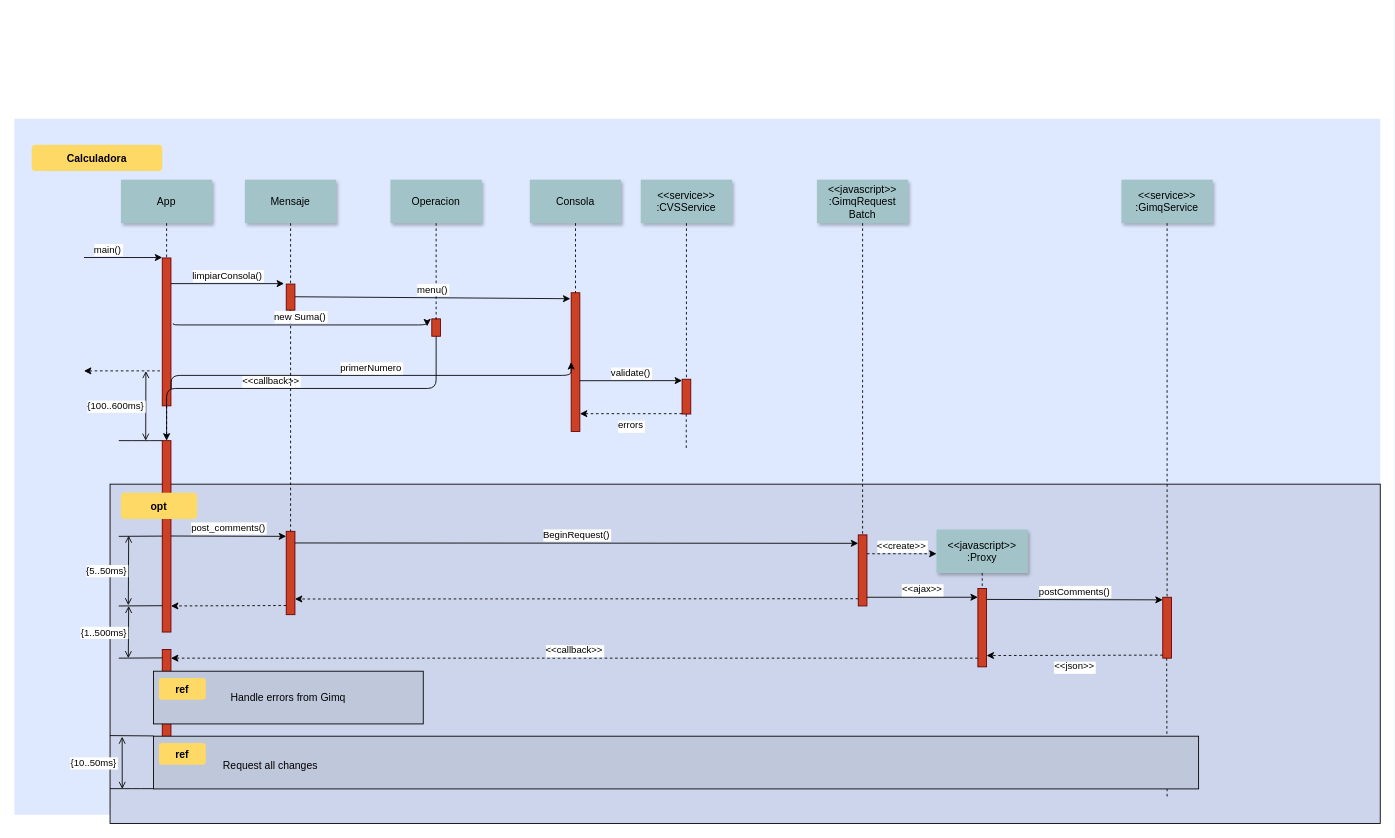
kalebgit/Uml-modelado keeps this draw.io diagram as diagrama-secuencias-calculadora.drawio. Above is the earlier version. Source tidied: cells renumbered, new cells numbered last; positions are measured from the earlier drawing's top-left corner, leaving out a move shared by most shapes. Both pictures are drawn from the tidied source at 87%, with x=0, y=0 at pixel (14, 118).
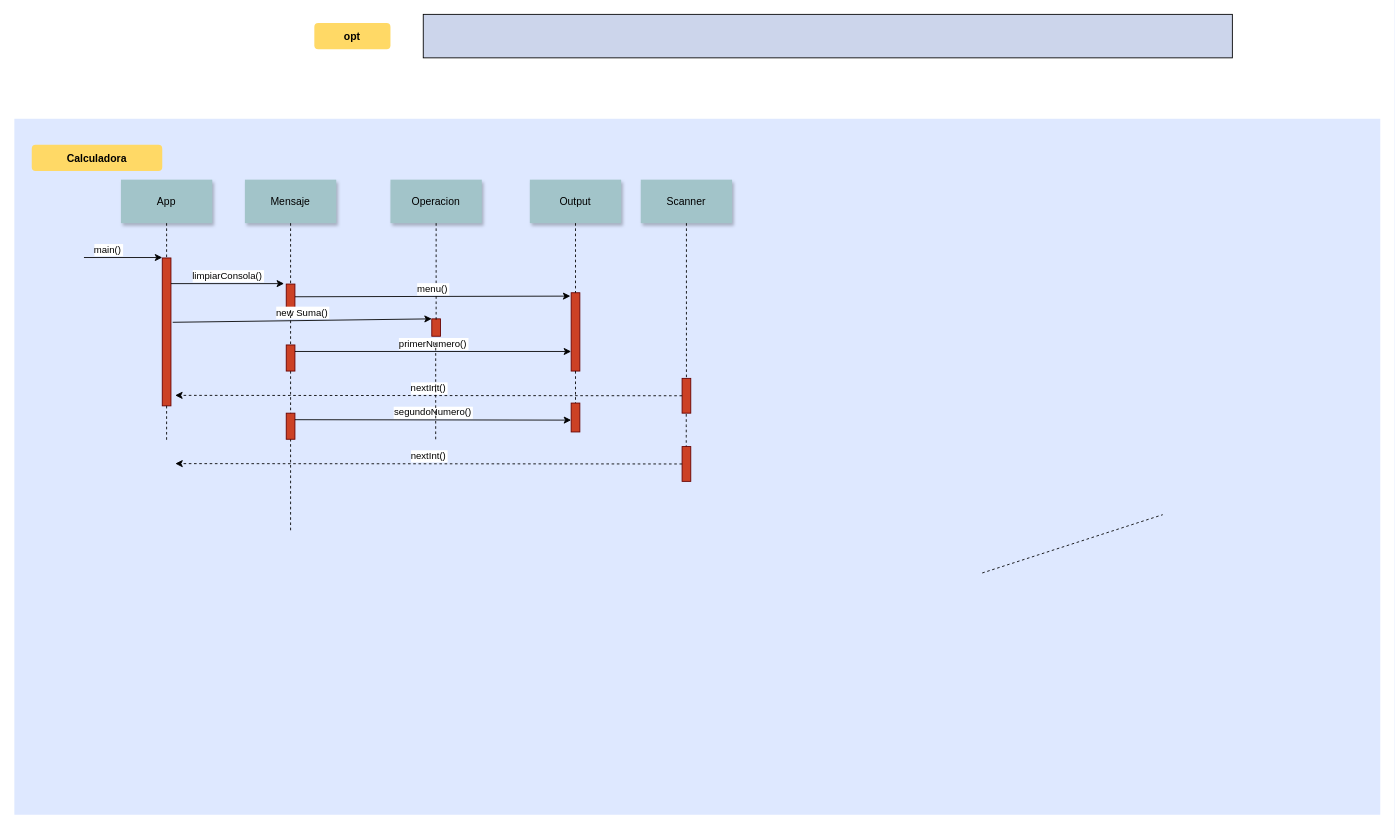
The same page after the edit.

The change refers to these unchanged cells:
```xml
<mxCell id="5" style="fillColor=#CC4125;strokeColor=#660000;" parent="1" vertex="1">
  <mxGeometry x="170" y="160" width="10" height="170" as="geometry" />
</mxCell>
<mxCell id="8" style="fillColor=#CC4125;strokeColor=#660000;" parent="1" vertex="1">
  <mxGeometry x="312.5" y="190" width="10" height="30" as="geometry" />
</mxCell>
<mxCell id="13" value="Operacion" style="shadow=1;fillColor=#A2C4C9;strokeColor=none;" parent="1" vertex="1">
  <mxGeometry x="432.3" y="70" width="105" height="50" as="geometry" />
</mxCell>
<mxCell id="14" style="fillColor=#CC4125;strokeColor=#660000;" parent="1" vertex="1">
  <mxGeometry x="479.8" y="230" width="10" height="20" as="geometry" />
</mxCell>
```

What changed in the source:
```diff
@@
-    <mxCell id="3" style="fillColor=#CCD5EB;" parent="1" vertex="1">
-      <mxGeometry x="110" y="420" width="1460" height="390" as="geometry" />
-    </mxCell>
-    <mxCell id="4" style="edgeStyle=elbowEdgeStyle;elbow=horizontal;endArrow=none;dashed=1;" parent="1" edge="1">
-      <mxGeometry x="1460" y="437.9" as="geometry">
-        <mxPoint x="1324.5" y="620" as="sourcePoint" />
-        <mxPoint x="1324.5" y="780" as="targetPoint" />
-      </mxGeometry>
-    </mxCell>
@@
-    <mxCell id="12" style="edgeStyle=none;verticalLabelPosition=top;verticalAlign=bottom;labelPosition=left;align=right;endArrow=none;startArrow=classic;dashed=1;" parent="1" edge="1">
-      <mxGeometry x="110" y="179.8" as="geometry">
-        <mxPoint x="80" y="289.8" as="sourcePoint" />
-        <mxPoint x="170" y="289.8" as="targetPoint" />
-      </mxGeometry>
-    </mxCell>
@@
     <mxCell id="15" style="fillColor=#CC4125;strokeColor=#660000;" parent="1" vertex="1">
-      <mxGeometry x="640" y="200" width="10" height="159.4" as="geometry" />
+      <mxGeometry x="640" y="200" width="10" height="90" as="geometry" />
     </mxCell>
-    <mxCell id="16" value="Consola" style="shadow=1;fillColor=#A2C4C9;strokeColor=none;" parent="1" vertex="1">
+    <mxCell id="16" value="Output" style="shadow=1;fillColor=#A2C4C9;strokeColor=none;" parent="1" vertex="1">
       <mxGeometry x="592.5" y="70" width="105" height="50" as="geometry" />
     </mxCell>
@@
-    <mxCell id="18" value="&lt;&lt;service&gt;&gt;&#10;:CVSService" style="shadow=1;fillColor=#A2C4C9;strokeColor=none;" parent="1" vertex="1">
+    <mxCell id="18" value="Scanner" style="shadow=1;fillColor=#A2C4C9;strokeColor=none;" parent="1" vertex="1">
       <mxGeometry x="720" y="70" width="105" height="50" as="geometry" />
     </mxCell>
@@
     <mxCell id="20" style="fillColor=#CC4125;strokeColor=#660000;" parent="1" vertex="1">
-      <mxGeometry x="767.5" y="299.4" width="10" height="40" as="geometry" />
+      <mxGeometry x="767.5" y="298.4" width="10" height="40" as="geometry" />
     </mxCell>
-    <mxCell id="21" value="&lt;&lt;javascript&gt;&gt;&#10;:GimqRequest&#10;Batch" style="shadow=1;fillColor=#A2C4C9;strokeColor=none;" parent="1" vertex="1">
-      <mxGeometry x="922.5" y="70" width="105" height="50" as="geometry" />
-    </mxCell>
@@
-    <mxCell id="23" value="validate()" style="edgeStyle=elbowEdgeStyle;elbow=vertical;verticalLabelPosition=top;verticalAlign=bottom;" parent="1" edge="1">
-      <mxGeometry x="550" y="261.7" as="geometry">
-        <mxPoint x="650" y="301.1" as="sourcePoint" />
-        <mxPoint x="767.5" y="301.1" as="targetPoint" />
-      </mxGeometry>
-    </mxCell>
-    <mxCell id="24" value="errors" style="edgeStyle=elbowEdgeStyle;elbow=vertical;dashed=1;verticalLabelPosition=bottom;verticalAlign=top;" parent="1" edge="1">
-      <mxGeometry x="560" y="309.7" as="geometry">
-        <mxPoint x="767.5" y="339" as="sourcePoint" />
-        <mxPoint x="650" y="339" as="targetPoint" />
-      </mxGeometry>
-    </mxCell>
@@
-    <mxCell id="26" style="fillColor=#CC4125;strokeColor=#660000;" parent="1" vertex="1">
-      <mxGeometry x="170" y="370" width="10" height="220" as="geometry" />
-    </mxCell>
-    <mxCell id="27" value="             &lt;&lt;callback&gt;&gt;                                " style="edgeStyle=elbowEdgeStyle;elbow=vertical;dashed=0;verticalLabelPosition=top;verticalAlign=bottom;align=right;" parent="1" edge="1" source="14" target="26">
-      <mxGeometry x="190" y="329.8" as="geometry" />
-    </mxCell>
-    <mxCell id="28" style="edgeStyle=none;dashed=1;endArrow=none;" parent="1" edge="1" source="5" target="26">
-      <mxGeometry x="50" y="300" as="geometry" />
+    <mxCell id="28" style="edgeStyle=none;dashed=1;endArrow=none;" parent="1" edge="1" source="5">
+      <mxGeometry x="50" y="300" as="geometry">
+        <mxPoint x="175" y="370" as="targetPoint" />
+      </mxGeometry>
     </mxCell>
-    <mxCell id="29" style="edgeStyle=elbowEdgeStyle;elbow=vertical;endArrow=none;" parent="1" edge="1" source="26">
-      <mxGeometry x="60" y="310" as="geometry">
-        <mxPoint x="120" y="370" as="targetPoint" />
-      </mxGeometry>
-    </mxCell>
-    <mxCell id="30" value="{100..600ms}" style="edgeStyle=elbowEdgeStyle;elbow=horizontal;startArrow=open;endArrow=open;labelPosition=left;align=right;" parent="1" edge="1">
-      <mxGeometry x="61.2" y="290" as="geometry">
-        <mxPoint x="151.2" y="290" as="sourcePoint" />
-        <mxPoint x="151.2" y="370" as="targetPoint" />
-      </mxGeometry>
-    </mxCell>
-    <mxCell id="31" style="fillColor=#CC4125;strokeColor=#660000;" parent="1" vertex="1">
-      <mxGeometry x="312.5" y="474.2" width="10" height="95.8" as="geometry" />
-    </mxCell>
-    <mxCell id="32" style="fillColor=#CC4125;strokeColor=#660000;" parent="1" vertex="1">
-      <mxGeometry x="970" y="478.3" width="10" height="81.7" as="geometry" />
-    </mxCell>
-    <mxCell id="33" style="edgeStyle=none;endArrow=none;dashed=1;" parent="1" edge="1" source="21" target="32">
-      <mxGeometry x="956.6" y="205" as="geometry" />
-    </mxCell>
-    <mxCell id="34" value="post_comments()" style="edgeStyle=elbowEdgeStyle;elbow=vertical;verticalLabelPosition=top;verticalAlign=bottom;" parent="1" edge="1">
-      <mxGeometry x="212.5" y="469.6" as="geometry">
-        <mxPoint x="180" y="479.6" as="sourcePoint" />
-        <mxPoint x="312.5" y="479.6" as="targetPoint" />
-      </mxGeometry>
-    </mxCell>
-    <mxCell id="35" style="edgeStyle=none;endArrow=none;dashed=1;" parent="1" edge="1" source="8" target="31">
-      <mxGeometry x="376.6" y="339.7" as="geometry" />
+    <mxCell id="35" style="edgeStyle=none;endArrow=none;dashed=1;" parent="1" edge="1" source="72">
+      <mxGeometry x="376.6" y="339.7" as="geometry">
+        <mxPoint x="317.5" y="474.2" as="targetPoint" />
+      </mxGeometry>
     </mxCell>
-    <mxCell id="36" value="BeginRequest()" style="edgeStyle=elbowEdgeStyle;elbow=vertical;verticalLabelPosition=top;verticalAlign=bottom;" parent="1" edge="1">
-      <mxGeometry x="530" y="436.8" as="geometry">
-        <mxPoint x="322.5" y="487.6" as="sourcePoint" />
-        <mxPoint x="970" y="487.6" as="targetPoint" />
-      </mxGeometry>
-    </mxCell>
-    <mxCell id="37" style="edgeStyle=elbowEdgeStyle;elbow=vertical;dashed=1;verticalLabelPosition=bottom;verticalAlign=top;" parent="1" edge="1">
-      <mxGeometry x="530" y="549.1" as="geometry">
-        <mxPoint x="970" y="551.7" as="sourcePoint" />
-        <mxPoint x="322.5" y="551.7" as="targetPoint" />
-      </mxGeometry>
-    </mxCell>
-    <mxCell id="38" value="&lt;&lt;javascript&gt;&gt;&#10;:Proxy" style="shadow=1;fillColor=#A2C4C9;strokeColor=none;" parent="1" vertex="1">
-      <mxGeometry x="1060" y="472.1" width="105" height="50" as="geometry" />
-    </mxCell>
-    <mxCell id="39" style="edgeStyle=none;endArrow=none;dashed=1;" parent="1" edge="1" source="38" target="40">
-      <mxGeometry x="1204.1" y="380.1" as="geometry" />
+    <mxCell id="39" style="edgeStyle=none;endArrow=none;dashed=1;" parent="1" edge="1">
+      <mxGeometry x="1204.1" y="380.1" as="geometry">
+        <mxPoint x="1112.5" y="522.1" as="sourcePoint" />
+        <mxPoint x="1320" y="455.1" as="targetPoint" />
+      </mxGeometry>
     </mxCell>
-    <mxCell id="40" style="fillColor=#CC4125;strokeColor=#660000;" parent="1" vertex="1">
-      <mxGeometry x="1107.5" y="540" width="10" height="90" as="geometry" />
-    </mxCell>
-    <mxCell id="41" style="fillColor=#CC4125;strokeColor=#660000;" parent="1" vertex="1">
-      <mxGeometry x="1320" y="550" width="10" height="70" as="geometry" />
-    </mxCell>
-    <mxCell id="42" value="&lt;&lt;create&gt;&gt;" style="edgeStyle=elbowEdgeStyle;elbow=vertical;verticalLabelPosition=top;verticalAlign=bottom;dashed=1;" parent="1" edge="1" source="32" target="38">
-      <mxGeometry x="901.2" y="322.5" as="geometry" />
-    </mxCell>
-    <mxCell id="43" value="&lt;&lt;ajax&gt;&gt;" style="edgeStyle=elbowEdgeStyle;elbow=vertical;verticalLabelPosition=top;verticalAlign=bottom;" parent="1" edge="1" source="32" target="40">
-      <mxGeometry x="1065" y="359.5" as="geometry" />
-    </mxCell>
-    <mxCell id="44" value="postComments()" style="edgeStyle=elbowEdgeStyle;elbow=vertical;verticalLabelPosition=top;verticalAlign=bottom;" parent="1" edge="1">
-      <mxGeometry x="1225" y="309.5" as="geometry">
-        <mxPoint x="1117.5" y="552.5" as="sourcePoint" />
-        <mxPoint x="1320" y="552.5" as="targetPoint" />
-      </mxGeometry>
-    </mxCell>
-    <mxCell id="45" value="&lt;&lt;json&gt;&gt;" style="edgeStyle=elbowEdgeStyle;elbow=vertical;dashed=1;verticalLabelPosition=bottom;verticalAlign=top;" parent="1" edge="1">
-      <mxGeometry x="1075" y="396" as="geometry">
-        <mxPoint x="1320" y="616.5" as="sourcePoint" />
-        <mxPoint x="1117.5" y="616.5" as="targetPoint" />
-      </mxGeometry>
-    </mxCell>
-    <mxCell id="46" value="&lt;&lt;service&gt;&gt;&#10;:GimqService" style="shadow=1;fillColor=#A2C4C9;strokeColor=none;" parent="1" vertex="1">
-      <mxGeometry x="1272.5" y="70" width="105" height="50" as="geometry" />
-    </mxCell>
-    <mxCell id="47" style="edgeStyle=none;endArrow=none;dashed=1;" parent="1" edge="1" source="46" target="41">
-      <mxGeometry x="1174.1" y="210" as="geometry" />
-    </mxCell>
-    <mxCell id="48" style="fillColor=#CC4125;strokeColor=#660000;" parent="1" vertex="1">
-      <mxGeometry x="170" y="610" width="10" height="130" as="geometry" />
-    </mxCell>
-    <mxCell id="49" style="edgeStyle=elbowEdgeStyle;elbow=vertical;dashed=1;verticalLabelPosition=bottom;verticalAlign=top;" parent="1" edge="1">
-      <mxGeometry x="507.5" y="664.3" as="geometry">
-        <mxPoint x="312.5" y="559.5" as="sourcePoint" />
-        <mxPoint x="180" y="559.5" as="targetPoint" />
-      </mxGeometry>
-    </mxCell>
-    <mxCell id="50" value="&lt;&lt;callback&gt;&gt;" style="edgeStyle=elbowEdgeStyle;elbow=vertical;dashed=1;verticalLabelPosition=bottom;verticalAlign=bottom;" parent="1" edge="1" source="40" target="48">
-      <mxGeometry x="540" y="559.1" as="geometry" />
-    </mxCell>
@@
+    <mxCell id="66" style="edgeStyle=none;endArrow=none;dashed=1;fontStyle=1;exitX=0.5;exitY=1;exitDx=0;exitDy=0;entryX=0.5;entryY=0.043;entryDx=0;entryDy=0;entryPerimeter=0;" parent="1" edge="1" source="13" target="14">
+      <mxGeometry x="614.5" y="175" as="geometry" />
+    </mxCell>
+    <mxCell id="68" value="menu()" style="edgeStyle=none;verticalLabelPosition=top;verticalAlign=bottom;entryX=-0.091;entryY=0.043;entryDx=0;entryDy=0;entryPerimeter=0;" parent="1" edge="1" target="15">
+      <mxGeometry as="geometry">
+        <mxPoint x="322.5" y="204.6" as="sourcePoint" />
+      </mxGeometry>
+    </mxCell>
+    <mxCell id="67" value="new Suma()" style="edgeStyle=none;verticalLabelPosition=top;verticalAlign=bottom;entryX=0;entryY=0;entryDx=0;entryDy=0;exitX=1.2;exitY=0.435;exitDx=0;exitDy=0;exitPerimeter=0;" parent="1" edge="1" source="5" target="14">
+      <mxGeometry as="geometry" />
+    </mxCell>
+    <mxCell id="70" style="fillColor=#CCD5EB;" parent="1" vertex="1">
+      <mxGeometry x="470" y="-120" width="930" height="50" as="geometry" />
+    </mxCell>
     <mxCell id="52" value="opt" style="rounded=1;fontStyle=1;fillColor=#FFD966;strokeColor=none;" parent="1" vertex="1">
-      <mxGeometry x="122.5" y="430" width="87.5" height="30" as="geometry" />
+      <mxGeometry x="344.8" y="-110" width="87.5" height="30" as="geometry" />
     </mxCell>
-    <mxCell id="53" value="Handle errors from Gimq" style="fillColor=#BFC8DB;" parent="1" vertex="1">
-      <mxGeometry x="160" y="635" width="310" height="60.6" as="geometry" />
-    </mxCell>
-    <mxCell id="54" value="ref" style="rounded=1;fontStyle=1;fillColor=#FFD966;strokeColor=none;" parent="1" vertex="1">
-      <mxGeometry x="166.2" y="642.9" width="53.8" height="25" as="geometry" />
-    </mxCell>
-    <mxCell id="55" style="align=left;fillColor=#BFC8DB;" parent="1" vertex="1">
-      <mxGeometry x="160" y="709.7" width="1201.2" height="60.6" as="geometry" />
-    </mxCell>
-    <mxCell id="56" value="ref" style="rounded=1;fontStyle=1;fillColor=#FFD966;strokeColor=none;" parent="1" vertex="1">
-      <mxGeometry x="166.2" y="717.6" width="53.8" height="25" as="geometry" />
-    </mxCell>
-    <mxCell id="57" value="Request all changes" style="text;align=left;" parent="1" vertex="1">
-      <mxGeometry x="238.1" y="730.1" width="351.8" height="26" as="geometry" />
-    </mxCell>
-    <mxCell id="58" style="edgeStyle=elbowEdgeStyle;elbow=vertical;endArrow=none;" parent="1" edge="1">
-      <mxGeometry x="60" y="419.7" as="geometry">
-        <mxPoint x="170" y="479.7" as="sourcePoint" />
-        <mxPoint x="120" y="479.7" as="targetPoint" />
-      </mxGeometry>
-    </mxCell>
-    <mxCell id="59" style="edgeStyle=elbowEdgeStyle;elbow=vertical;endArrow=none;" parent="1" edge="1">
-      <mxGeometry x="60" y="499.7" as="geometry">
-        <mxPoint x="170" y="559.7" as="sourcePoint" />
-        <mxPoint x="120" y="559.7" as="targetPoint" />
-      </mxGeometry>
-    </mxCell>
-    <mxCell id="60" style="edgeStyle=elbowEdgeStyle;elbow=vertical;endArrow=none;" parent="1" edge="1">
-      <mxGeometry x="60" y="559.7" as="geometry">
-        <mxPoint x="170" y="619.7" as="sourcePoint" />
-        <mxPoint x="120" y="619.7" as="targetPoint" />
-      </mxGeometry>
-    </mxCell>
-    <mxCell id="61" style="edgeStyle=elbowEdgeStyle;elbow=vertical;endArrow=none;" parent="1" edge="1">
-      <mxGeometry x="50" y="649.4" as="geometry">
-        <mxPoint x="160" y="709.4" as="sourcePoint" />
-        <mxPoint x="110" y="709.4" as="targetPoint" />
-      </mxGeometry>
-    </mxCell>
-    <mxCell id="62" style="edgeStyle=elbowEdgeStyle;elbow=vertical;endArrow=none;" parent="1" edge="1">
-      <mxGeometry x="50" y="710" as="geometry">
-        <mxPoint x="160" y="770" as="sourcePoint" />
-        <mxPoint x="110" y="770" as="targetPoint" />
-      </mxGeometry>
-    </mxCell>
-    <mxCell id="63" value="{5..50ms}" style="edgeStyle=elbowEdgeStyle;elbow=horizontal;startArrow=open;endArrow=open;labelPosition=left;align=right;" parent="1" edge="1">
-      <mxGeometry x="41.4" y="479.2" as="geometry">
-        <mxPoint x="131.4" y="479.2" as="sourcePoint" />
-        <mxPoint x="131.4" y="559.2" as="targetPoint" />
-      </mxGeometry>
-    </mxCell>
-    <mxCell id="64" value="{1..500ms}" style="edgeStyle=elbowEdgeStyle;elbow=horizontal;startArrow=open;endArrow=open;labelPosition=left;align=right;" parent="1" edge="1">
-      <mxGeometry x="42.9" y="560" as="geometry">
-        <mxPoint x="131.4" y="560" as="sourcePoint" />
-        <mxPoint x="131.4" y="620" as="targetPoint" />
-      </mxGeometry>
-    </mxCell>
-    <mxCell id="65" value="{10..50ms}" style="edgeStyle=elbowEdgeStyle;elbow=horizontal;startArrow=open;endArrow=open;labelPosition=left;align=right;" parent="1" edge="1">
-      <mxGeometry as="geometry">
-        <mxPoint x="123.9" y="710.3" as="sourcePoint" />
-        <mxPoint x="123.9" y="770.3" as="targetPoint" />
-        <mxPoint x="-4.2" y="-0.3" as="offset" />
-      </mxGeometry>
-    </mxCell>
-    <mxCell id="66" style="edgeStyle=none;endArrow=none;dashed=1;fontStyle=1;exitX=0.5;exitY=1;exitDx=0;exitDy=0;entryX=0.5;entryY=0.043;entryDx=0;entryDy=0;entryPerimeter=0;" parent="1" edge="1" source="13" target="14">
-      <mxGeometry x="614.5" y="175" as="geometry" />
-    </mxCell>
-    <mxCell id="67" value="new Suma()" style="edgeStyle=elbowEdgeStyle;elbow=vertical;verticalLabelPosition=top;verticalAlign=bottom;entryX=-0.536;entryY=0.429;entryDx=0;entryDy=0;entryPerimeter=0;exitX=1.275;exitY=0.443;exitDx=0;exitDy=0;exitPerimeter=0;" parent="1" edge="1" source="5" target="14">
-      <mxGeometry as="geometry" />
-    </mxCell>
-    <mxCell id="68" value="menu()" style="edgeStyle=none;verticalLabelPosition=top;verticalAlign=bottom;entryX=-0.091;entryY=0.043;entryDx=0;entryDy=0;entryPerimeter=0;" parent="1" edge="1" target="15">
-      <mxGeometry as="geometry">
-        <mxPoint x="322.5" y="204.6" as="sourcePoint" />
-      </mxGeometry>
-    </mxCell>
-    <mxCell id="69" value="primerNumero" style="edgeStyle=elbowEdgeStyle;elbow=vertical;verticalLabelPosition=top;verticalAlign=bottom;exitX=1.025;exitY=0.887;exitDx=0;exitDy=0;exitPerimeter=0;entryX=0;entryY=0.5;entryDx=0;entryDy=0;" parent="1" edge="1" source="5" target="15">
-      <mxGeometry x="550" y="261.7" as="geometry" />
-    </mxCell>
+    <mxCell id="71" style="edgeStyle=none;endArrow=none;dashed=1;" parent="1" edge="1" source="8" target="72">
+      <mxGeometry x="376.6" y="339.7" as="geometry" />
+    </mxCell>
+    <mxCell id="72" style="fillColor=#CC4125;strokeColor=#660000;" parent="1" vertex="1">
+      <mxGeometry x="312.5" y="260" width="10" height="30" as="geometry" />
+    </mxCell>
+    <mxCell id="73" value="primerNumero()" style="edgeStyle=none;verticalLabelPosition=top;verticalAlign=bottom;exitX=1;exitY=0.25;exitDx=0;exitDy=0;entryX=0;entryY=0.75;entryDx=0;entryDy=0;" parent="1" edge="1" source="72" target="15">
+      <mxGeometry as="geometry" />
+    </mxCell>
+    <mxCell id="74" value="nextInt()" style="edgeStyle=none;verticalLabelPosition=top;verticalAlign=bottom;entryX=1.482;entryY=0.929;entryDx=0;entryDy=0;entryPerimeter=0;exitX=0;exitY=0.5;exitDx=0;exitDy=0;dashed=1;" parent="1" edge="1" source="20" target="5">
+      <mxGeometry as="geometry" />
+    </mxCell>
+    <mxCell id="75" style="fillColor=#CC4125;strokeColor=#660000;" parent="1" vertex="1">
+      <mxGeometry x="767.5" y="376.8" width="10" height="40" as="geometry" />
+    </mxCell>
+    <mxCell id="76" style="fillColor=#CC4125;strokeColor=#660000;" parent="1" vertex="1">
+      <mxGeometry x="312.5" y="338.4" width="10" height="30" as="geometry" />
+    </mxCell>
+    <mxCell id="77" value="segundoNumero()" style="edgeStyle=none;verticalLabelPosition=top;verticalAlign=bottom;exitX=1;exitY=0.25;exitDx=0;exitDy=0;entryX=0;entryY=0.75;entryDx=0;entryDy=0;" parent="1" edge="1" source="76">
+      <mxGeometry as="geometry">
+        <mxPoint x="640" y="346.4" as="targetPoint" />
+      </mxGeometry>
+    </mxCell>
+    <mxCell id="78" value="nextInt()" style="edgeStyle=none;verticalLabelPosition=top;verticalAlign=bottom;entryX=1.482;entryY=0.929;entryDx=0;entryDy=0;entryPerimeter=0;exitX=0;exitY=0.5;exitDx=0;exitDy=0;dashed=1;" parent="1" edge="1" source="75">
+      <mxGeometry as="geometry">
+        <mxPoint x="185" y="396.4" as="targetPoint" />
+      </mxGeometry>
+    </mxCell>
+    <mxCell id="79" style="fillColor=#CC4125;strokeColor=#660000;" parent="1" vertex="1">
+      <mxGeometry x="640" y="326.8" width="10" height="33.2" as="geometry" />
+    </mxCell>
+    <mxCell id="80" style="edgeStyle=none;endArrow=none;dashed=1;fontStyle=1;exitX=0.5;exitY=1;exitDx=0;exitDy=0;entryX=0.5;entryY=0;entryDx=0;entryDy=0;" parent="1" edge="1" source="15" target="79">
+      <mxGeometry x="614.5" y="175" as="geometry" />
+    </mxCell>
+    <mxCell id="81" style="edgeStyle=none;endArrow=none;dashed=1;fontStyle=1;exitX=0.5;exitY=1;exitDx=0;exitDy=0;entryX=0.5;entryY=0.043;entryDx=0;entryDy=0;entryPerimeter=0;" parent="1" edge="1">
+      <mxGeometry x="614.5" y="175" as="geometry">
+        <mxPoint x="484.3" y="257.4" as="sourcePoint" />
+        <mxPoint x="484.3" y="368.4" as="targetPoint" />
+      </mxGeometry>
+    </mxCell>
```
